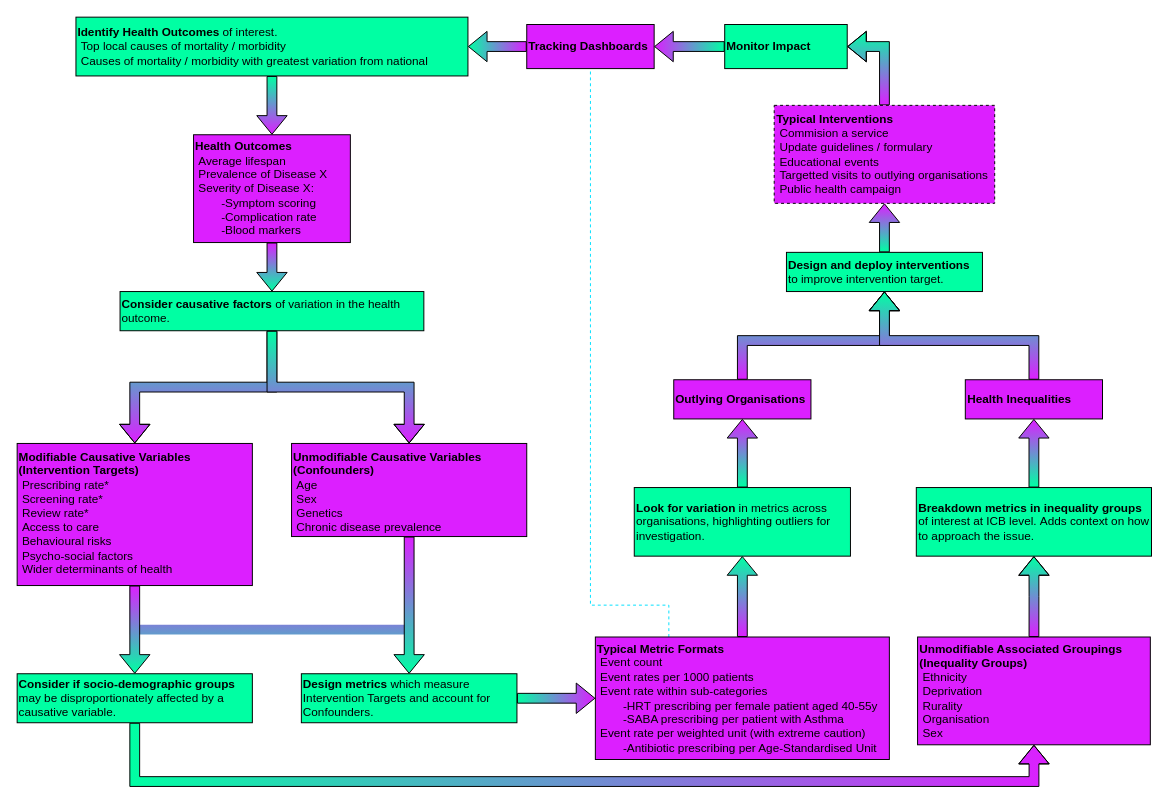
This is Population Health Pipeline.drawio from a-d-brown/logic-flows, a draw.io file, before an edit. Source tidied: cells renumbered, new cells numbered last; positions are measured from the earlier drawing's top-left corner, leaving out a move shared by most shapes. Both pictures are drawn from the tidied source at 98%, with x=0, y=0 at pixel (17, 17).
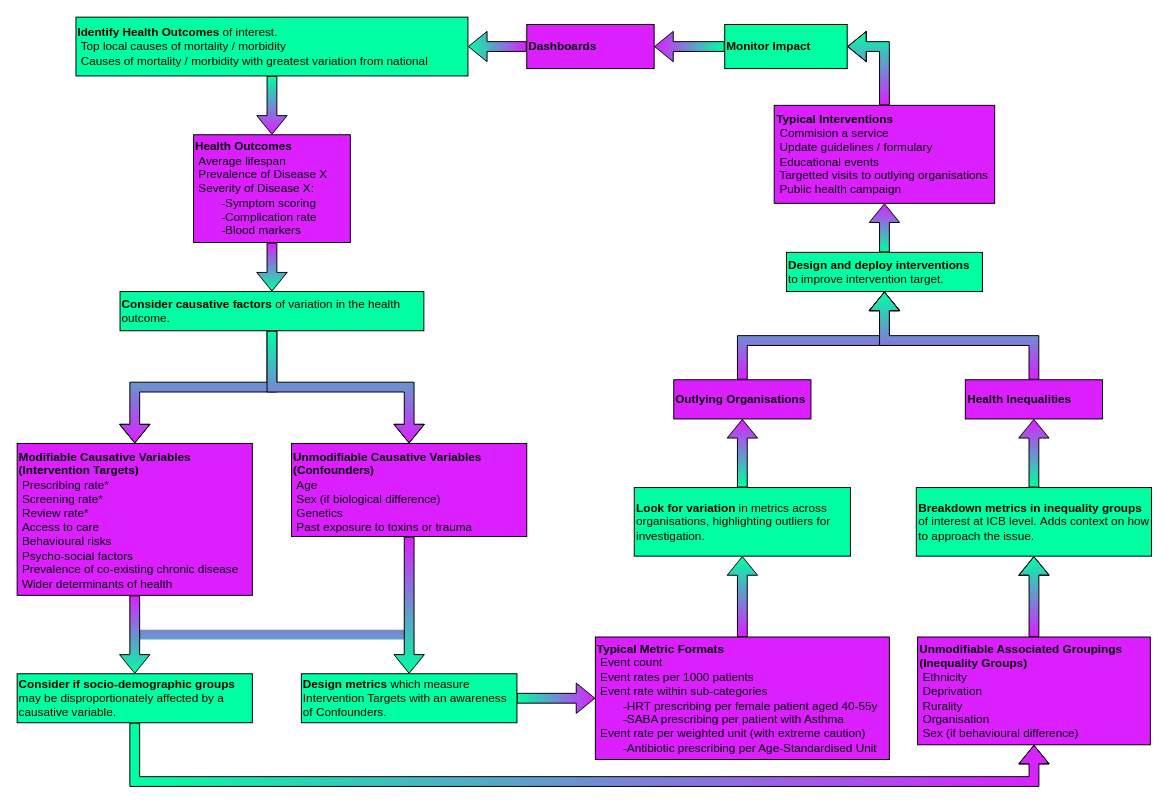
After the change.

The change refers to these unchanged cells:
```xml
<mxCell id="38" value="&lt;div&gt;&lt;span style=&quot;background-color: transparent; color: light-dark(rgb(0, 0, 0), rgb(255, 255, 255));&quot;&gt;&lt;b&gt;Typical Metric Formats&lt;/b&gt;&lt;/span&gt;&lt;/div&gt;&lt;div&gt;&amp;nbsp;Event count&lt;/div&gt;&lt;div&gt;&amp;nbsp;Event rates per 1000 patients&lt;/div&gt;&lt;div&gt;&lt;span style=&quot;background-color: transparent; color: light-dark(rgb(0, 0, 0), rgb(255, 255, 255));&quot;&gt;&amp;nbsp;Event rate within sub-categories&lt;/span&gt;&lt;/div&gt;&lt;div&gt;&lt;span style=&quot;background-color: transparent; color: light-dark(rgb(0, 0, 0), rgb(255, 255, 255));&quot;&gt;&lt;span style=&quot;white-space: pre;&quot;&gt;&#9;&lt;/span&gt;-HRT prescribing per female patient aged 40-55y&lt;/span&gt;&lt;/div&gt;&lt;div&gt;&lt;span style=&quot;background-color: transparent; color: light-dark(rgb(0, 0, 0), rgb(255, 255, 255));&quot;&gt;&lt;span style=&quot;white-space: pre;&quot;&gt;&#9;&lt;/span&gt;-SABA prescribing per patient with Asthma&lt;br&gt;&lt;/span&gt;&lt;/div&gt;&lt;div&gt;&lt;div&gt;&lt;span style=&quot;background-color: transparent; color: light-dark(rgb(0, 0, 0), rgb(255, 255, 255));&quot;&gt;&amp;nbsp;Event rate per weighted unit (&lt;/span&gt;&lt;span style=&quot;background-color: transparent; color: light-dark(rgb(0, 0, 0), rgb(255, 255, 255));&quot;&gt;with extreme caution)&lt;/span&gt;&lt;/div&gt;&lt;div&gt;&lt;span style=&quot;background-color: transparent; color: light-dark(rgb(0, 0, 0), rgb(255, 255, 255));&quot;&gt;&lt;span style=&quot;white-space: pre;&quot;&gt;&#9;&lt;/span&gt;-Antibiotic prescribing per Age-Standardised Unit&lt;/span&gt;&lt;/div&gt;&lt;/div&gt;" style="rounded=0;whiteSpace=wrap;html=1;align=left;glass=0;fillColor=#DC1FFF;" parent="1" vertex="1">
  <mxGeometry x="590" y="632.5" width="300" height="125" as="geometry" />
</mxCell>
```

What changed in the source:
```diff
@@
-    <mxCell id="4" value="&lt;div&gt;&lt;b&gt;Modifiable Causative Variables (Intervention Targets)&lt;/b&gt;&lt;/div&gt;&lt;div&gt;&lt;span style=&quot;background-color: transparent; color: light-dark(rgb(0, 0, 0), rgb(255, 255, 255));&quot;&gt;&amp;nbsp;Prescribing rate*&lt;/span&gt;&lt;/div&gt;&lt;div&gt;&lt;span style=&quot;background-color: transparent; color: light-dark(rgb(0, 0, 0), rgb(255, 255, 255));&quot;&gt;&amp;nbsp;Screening rate*&lt;/span&gt;&lt;/div&gt;&lt;div&gt;&lt;span style=&quot;background-color: transparent; color: light-dark(rgb(0, 0, 0), rgb(255, 255, 255));&quot;&gt;&amp;nbsp;Review rate*&lt;/span&gt;&lt;/div&gt;&lt;div&gt;&lt;span style=&quot;background-color: transparent; color: light-dark(rgb(0, 0, 0), rgb(255, 255, 255));&quot;&gt;&amp;nbsp;Access to care&lt;/span&gt;&lt;/div&gt;&lt;div&gt;&lt;span style=&quot;background-color: transparent; color: light-dark(rgb(0, 0, 0), rgb(255, 255, 255));&quot;&gt;&amp;nbsp;Behavioural risks&lt;/span&gt;&lt;/div&gt;&lt;div&gt;&lt;span style=&quot;background-color: transparent; color: light-dark(rgb(0, 0, 0), rgb(255, 255, 255));&quot;&gt;&amp;nbsp;Psycho-social factors&lt;/span&gt;&lt;/div&gt;&lt;div&gt;&lt;span style=&quot;background-color: transparent; color: light-dark(rgb(0, 0, 0), rgb(255, 255, 255));&quot;&gt;&amp;nbsp;Wider determinants of health&lt;/span&gt;&lt;/div&gt;" style="rounded=0;whiteSpace=wrap;html=1;align=left;verticalAlign=top;glass=0;fillColor=#DC1FFF;" parent="1" vertex="1">
-      <mxGeometry y="435" width="240" height="145" as="geometry" />
+    <mxCell id="4" value="&lt;div&gt;&lt;b&gt;Modifiable Causative Variables (Intervention Targets)&lt;/b&gt;&lt;/div&gt;&lt;div&gt;&lt;span style=&quot;background-color: transparent; color: light-dark(rgb(0, 0, 0), rgb(255, 255, 255));&quot;&gt;&amp;nbsp;Prescribing rate*&lt;/span&gt;&lt;/div&gt;&lt;div&gt;&lt;span style=&quot;background-color: transparent; color: light-dark(rgb(0, 0, 0), rgb(255, 255, 255));&quot;&gt;&amp;nbsp;Screening rate*&lt;/span&gt;&lt;/div&gt;&lt;div&gt;&lt;span style=&quot;background-color: transparent; color: light-dark(rgb(0, 0, 0), rgb(255, 255, 255));&quot;&gt;&amp;nbsp;Review rate*&lt;/span&gt;&lt;/div&gt;&lt;div&gt;&lt;span style=&quot;background-color: transparent; color: light-dark(rgb(0, 0, 0), rgb(255, 255, 255));&quot;&gt;&amp;nbsp;Access to care&lt;/span&gt;&lt;/div&gt;&lt;div&gt;&lt;span style=&quot;background-color: transparent; color: light-dark(rgb(0, 0, 0), rgb(255, 255, 255));&quot;&gt;&amp;nbsp;Behavioural risks&lt;/span&gt;&lt;/div&gt;&lt;div&gt;&lt;span style=&quot;background-color: transparent; color: light-dark(rgb(0, 0, 0), rgb(255, 255, 255));&quot;&gt;&amp;nbsp;Psycho-social factors&lt;/span&gt;&lt;/div&gt;&lt;div&gt;&lt;span style=&quot;background-color: transparent; color: light-dark(rgb(0, 0, 0), rgb(255, 255, 255));&quot;&gt;&amp;nbsp;Prevalence of co-existing chronic disease&lt;/span&gt;&lt;/div&gt;&lt;div&gt;&lt;span style=&quot;background-color: transparent; color: light-dark(rgb(0, 0, 0), rgb(255, 255, 255));&quot;&gt;&amp;nbsp;Wider determinants of health&lt;/span&gt;&lt;/div&gt;" style="rounded=0;whiteSpace=wrap;html=1;align=left;verticalAlign=top;glass=0;fillColor=#DC1FFF;" parent="1" vertex="1">
+      <mxGeometry y="435" width="240" height="155" as="geometry" />
     </mxCell>
@@
-    <mxCell id="6" value="&lt;div&gt;&lt;b&gt;Unmodifiable Causative Variables (Confounders)&lt;/b&gt;&lt;/div&gt;&lt;div&gt;&amp;nbsp;Age&lt;/div&gt;&lt;div&gt;&amp;nbsp;Sex&lt;/div&gt;&lt;div&gt;&amp;nbsp;Genetics&lt;/div&gt;&lt;div&gt;&amp;nbsp;Chronic disease prevalence&lt;/div&gt;" style="rounded=0;whiteSpace=wrap;html=1;align=left;verticalAlign=top;glass=0;shadow=0;fillColor=#DC1FFF;" parent="1" vertex="1">
+    <mxCell id="6" value="&lt;div&gt;&lt;b&gt;Unmodifiable Causative Variables (Confounders)&lt;/b&gt;&lt;/div&gt;&lt;div&gt;&amp;nbsp;Age&lt;/div&gt;&lt;div&gt;&amp;nbsp;Sex (if biological difference)&lt;/div&gt;&lt;div&gt;&amp;nbsp;Genetics&lt;/div&gt;&lt;div&gt;&amp;nbsp;Past exposure to toxins or trauma&lt;/div&gt;" style="rounded=0;whiteSpace=wrap;html=1;align=left;verticalAlign=top;glass=0;shadow=0;fillColor=#DC1FFF;" parent="1" vertex="1">
       <mxGeometry x="280" y="435" width="240" height="95" as="geometry" />
     </mxCell>
@@
-    <mxCell id="13" value="&lt;div&gt;&lt;b&gt;Design metrics&lt;/b&gt; which measure Intervention Targets and account for Confounders.&amp;nbsp;&lt;/div&gt;" style="rounded=0;whiteSpace=wrap;html=1;align=left;glass=0;fillColor=#00FFA3;" parent="1" vertex="1">
+    <mxCell id="13" value="&lt;div&gt;&lt;b&gt;Design metrics&lt;/b&gt; which measure Intervention Targets with an awareness of Confounders.&amp;nbsp;&lt;/div&gt;" style="rounded=0;whiteSpace=wrap;html=1;align=left;glass=0;fillColor=#00FFA3;" parent="1" vertex="1">
       <mxGeometry x="290" y="670" width="220" height="50" as="geometry" />
     </mxCell>
@@
-    <mxCell id="25" value="&lt;div&gt;&lt;span style=&quot;background-color: transparent; color: light-dark(rgb(0, 0, 0), rgb(255, 255, 255));&quot;&gt;&lt;b&gt;Typical Interventions&lt;/b&gt;&lt;/span&gt;&lt;/div&gt;&lt;div&gt;&lt;span style=&quot;background-color: transparent; color: light-dark(rgb(0, 0, 0), rgb(255, 255, 255));&quot;&gt;&amp;nbsp;Commision a service&lt;/span&gt;&lt;/div&gt;&lt;div&gt;&amp;nbsp;Update guidelines / formulary&lt;/div&gt;&lt;div&gt;&amp;nbsp;Educational events&lt;/div&gt;&lt;div&gt;&lt;span style=&quot;background-color: transparent; color: light-dark(rgb(0, 0, 0), rgb(255, 255, 255));&quot;&gt;&amp;nbsp;Targetted visits to outlying organisations&lt;/span&gt;&lt;/div&gt;&lt;div&gt;&lt;div&gt;&amp;nbsp;Public health campaign&lt;/div&gt;&lt;/div&gt;" style="rounded=0;whiteSpace=wrap;html=1;align=left;glass=0;fillColor=#DC1FFF;dashed=1;" parent="1" vertex="1">
+    <mxCell id="25" value="&lt;div&gt;&lt;span style=&quot;background-color: transparent; color: light-dark(rgb(0, 0, 0), rgb(255, 255, 255));&quot;&gt;&lt;b&gt;Typical Interventions&lt;/b&gt;&lt;/span&gt;&lt;/div&gt;&lt;div&gt;&lt;span style=&quot;background-color: transparent; color: light-dark(rgb(0, 0, 0), rgb(255, 255, 255));&quot;&gt;&amp;nbsp;Commision a service&lt;/span&gt;&lt;/div&gt;&lt;div&gt;&amp;nbsp;Update guidelines / formulary&lt;/div&gt;&lt;div&gt;&amp;nbsp;Educational events&lt;/div&gt;&lt;div&gt;&lt;span style=&quot;background-color: transparent; color: light-dark(rgb(0, 0, 0), rgb(255, 255, 255));&quot;&gt;&amp;nbsp;Targetted visits to outlying organisations&lt;/span&gt;&lt;/div&gt;&lt;div&gt;&lt;div&gt;&amp;nbsp;Public health campaign&lt;/div&gt;&lt;/div&gt;" style="rounded=0;whiteSpace=wrap;html=1;align=left;glass=0;fillColor=#DC1FFF;" parent="1" vertex="1">
       <mxGeometry x="772.5" y="90" width="225" height="100" as="geometry" />
     </mxCell>
@@
-    <mxCell id="33" value="&lt;span style=&quot;background-color: transparent; color: light-dark(rgb(0, 0, 0), rgb(255, 255, 255));&quot;&gt;&lt;b&gt;Tracking Dashboards&lt;/b&gt;&lt;br&gt;&lt;/span&gt;" style="rounded=0;whiteSpace=wrap;html=1;align=left;glass=0;fillColor=#DC1FFF;" parent="1" vertex="1">
+    <mxCell id="33" value="&lt;span style=&quot;background-color: transparent; color: light-dark(rgb(0, 0, 0), rgb(255, 255, 255));&quot;&gt;&lt;b&gt;Dashboards&lt;/b&gt;&lt;br&gt;&lt;/span&gt;" style="rounded=0;whiteSpace=wrap;html=1;align=left;glass=0;fillColor=#DC1FFF;" parent="1" vertex="1">
       <mxGeometry x="520" y="7.5" width="130" height="45" as="geometry" />
     </mxCell>
@@
-    <mxCell id="35" value="&lt;div&gt;&lt;b&gt;Unmodifiable Associated Groupings (Inequality Groups)&lt;/b&gt;&lt;/div&gt;&lt;div&gt;&amp;nbsp;Ethnicity&lt;/div&gt;&lt;div&gt;&amp;nbsp;Deprivation&lt;/div&gt;&lt;div&gt;&lt;span style=&quot;background-color: transparent; color: light-dark(rgb(0, 0, 0), rgb(255, 255, 255));&quot;&gt;&amp;nbsp;Rurality&lt;/span&gt;&lt;/div&gt;&lt;div&gt;&amp;nbsp;Organisation&lt;/div&gt;&lt;div&gt;&amp;nbsp;Sex&lt;/div&gt;" style="rounded=0;whiteSpace=wrap;html=1;align=left;glass=0;fillColor=#DC1FFF;" parent="1" vertex="1">
+    <mxCell id="35" value="&lt;div&gt;&lt;b&gt;Unmodifiable Associated Groupings (Inequality Groups)&lt;/b&gt;&lt;/div&gt;&lt;div&gt;&amp;nbsp;Ethnicity&lt;/div&gt;&lt;div&gt;&amp;nbsp;Deprivation&lt;/div&gt;&lt;div&gt;&lt;span style=&quot;background-color: transparent; color: light-dark(rgb(0, 0, 0), rgb(255, 255, 255));&quot;&gt;&amp;nbsp;Rurality&lt;/span&gt;&lt;/div&gt;&lt;div&gt;&amp;nbsp;Organisation&lt;/div&gt;&lt;div&gt;&amp;nbsp;Sex (if behavioural difference)&lt;/div&gt;" style="rounded=0;whiteSpace=wrap;html=1;align=left;glass=0;fillColor=#DC1FFF;" parent="1" vertex="1">
       <mxGeometry x="918.8" y="632.5" width="237.5" height="110" as="geometry" />
     </mxCell>
@@
-    <mxCell id="37" style="edgeStyle=orthogonalEdgeStyle;rounded=0;jettySize=auto;html=1;exitX=0.25;exitY=0;exitDx=0;exitDy=0;entryX=0.5;entryY=1;entryDx=0;entryDy=0;strokeColor=light-dark(#03E1FF,#EDEDED);align=center;verticalAlign=middle;fontFamily=Helvetica;fontSize=11;fontColor=default;labelBackgroundColor=default;endArrow=none;fillColor=#DC1FFF;gradientColor=#00FFA3;dashed=1;endFill=0;" parent="1" edge="1" source="38" target="33">
-      <mxGeometry relative="1" as="geometry">
-        <Array as="points">
-          <mxPoint x="665" y="600" />
-          <mxPoint x="585" y="600" />
-        </Array>
-      </mxGeometry>
-    </mxCell>
```
